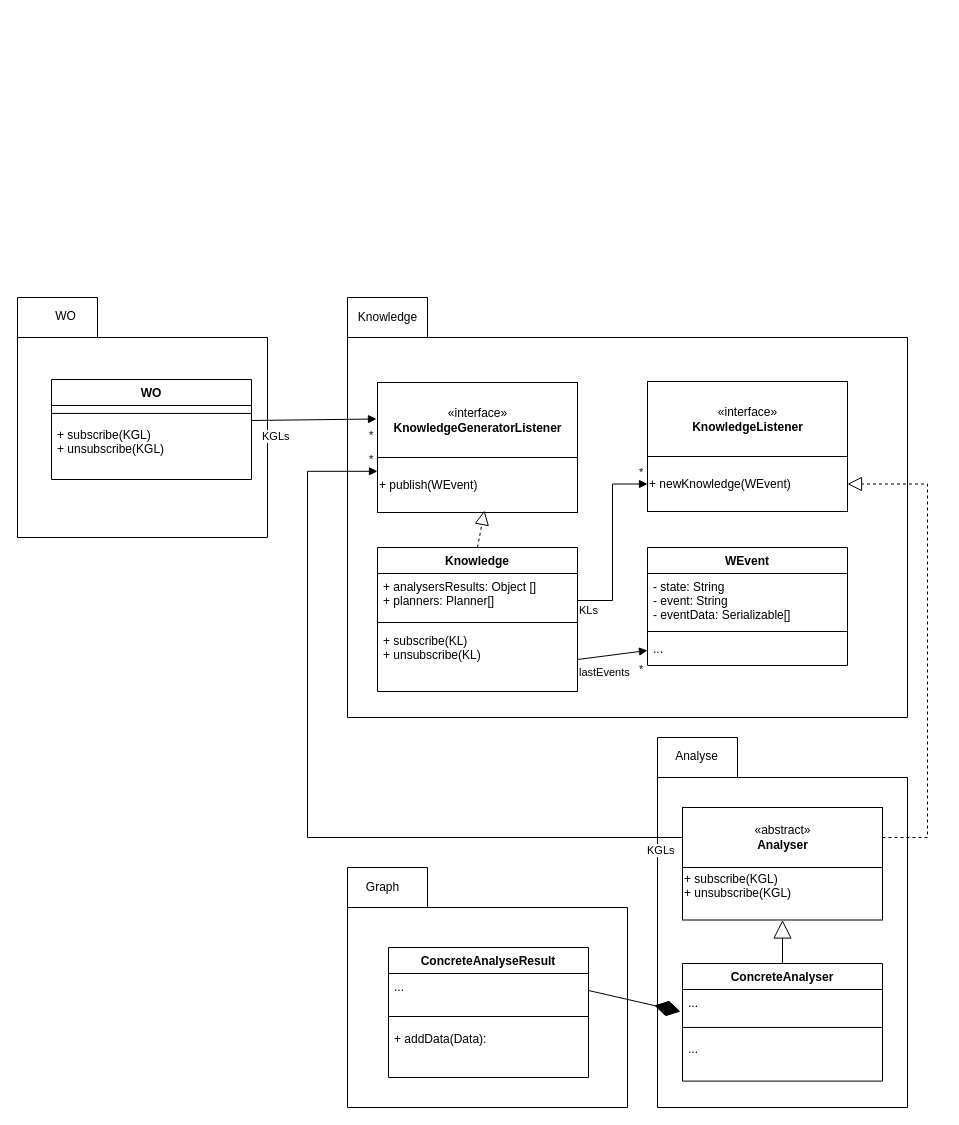
Earlier version of the draw.io diagram fig/drawio/static_model_MAK.drawio (Sylv-Lej/thesis-separation-concerns). Source tidied: cells renumbered, new cells numbered last; positions are measured from the earlier drawing's top-left corner, leaving out a move shared by most shapes. Both pictures are drawn from the tidied source at 100%, with x=0, y=0 at pixel (17, 297).
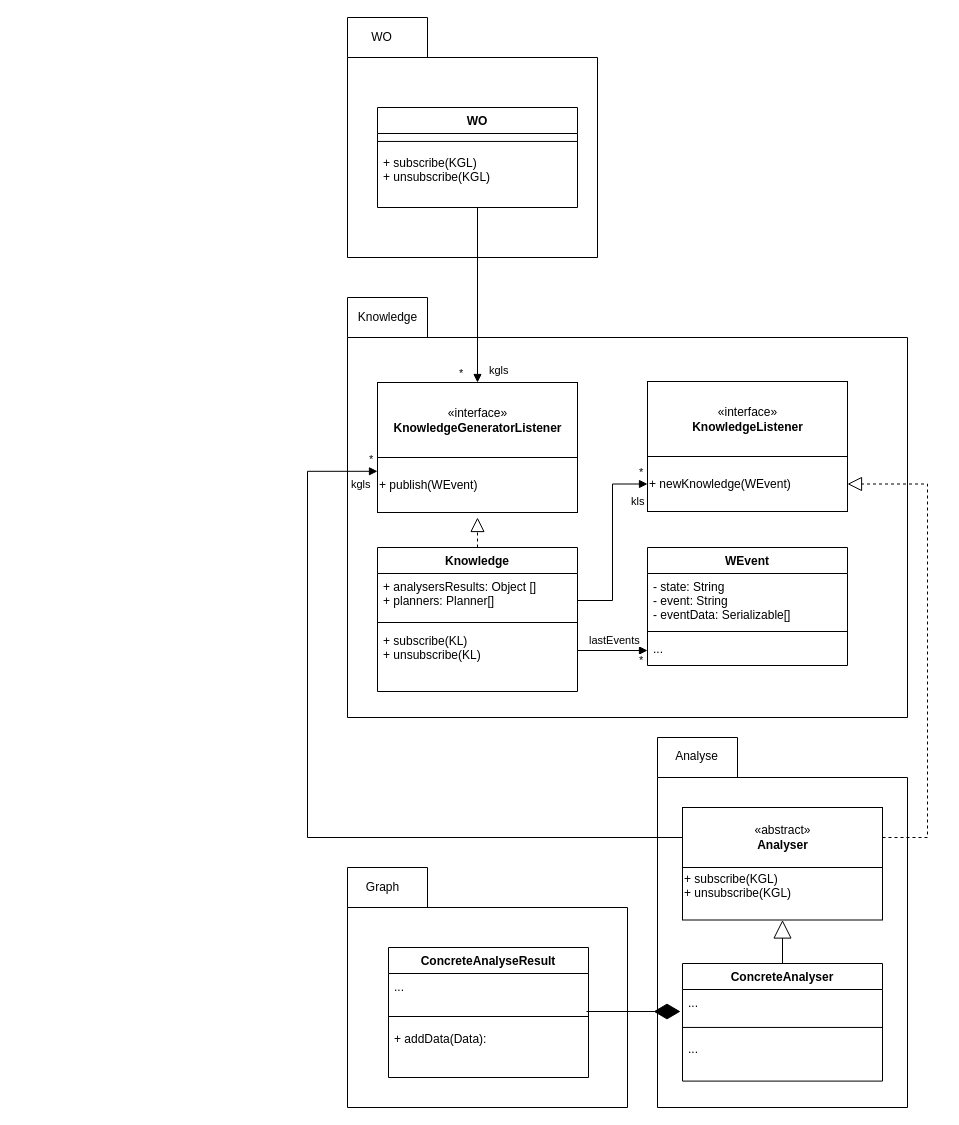
After the change.

The change refers to these unchanged cells:
```xml
<mxCell id="7" value="..." style="text;strokeColor=none;fillColor=none;align=left;verticalAlign=top;spacingLeft=4;spacingRight=4;overflow=hidden;points=[[0,0.5],[1,0.5]];portConstraint=eastwest;" parent="6" vertex="1">
  <mxGeometry y="26" width="200" height="34" as="geometry" />
</mxCell>
<mxCell id="14" value="Knowledge" style="swimlane;fontStyle=1;align=center;verticalAlign=top;horizontal=1;startSize=26;" parent="1" vertex="1">
  <mxGeometry x="360" y="250" width="200" height="144" as="geometry" />
</mxCell>
<mxCell id="15" value="+ analysersResults: Object []&#10;+ planners: Planner[]" style="text;strokeColor=none;fillColor=none;align=left;verticalAlign=top;spacingLeft=4;spacingRight=4;overflow=hidden;points=[[0,0.5],[1,0.5]];portConstraint=eastwest;" parent="14" vertex="1">
  <mxGeometry y="26" width="200" height="54" as="geometry" />
</mxCell>
<mxCell id="16" value="+ subscribe(KL)&#10;+ unsubscribe(KL)&#10;" style="text;strokeColor=none;fillColor=none;align=left;verticalAlign=top;spacingLeft=4;spacingRight=4;overflow=hidden;points=[[0,0.5],[1,0.5]];portConstraint=eastwest;" parent="14" vertex="1">
  <mxGeometry y="80" width="200" height="64" as="geometry" />
</mxCell>
<mxCell id="18" value="«interface»&lt;br&gt;&lt;span style=&quot;font-weight: 700&quot;&gt;KnowledgeGeneratorListener&lt;/span&gt;" style="html=1;" parent="17" vertex="1">
  <mxGeometry width="200" height="75" as="geometry" />
</mxCell>
<mxCell id="19" value="+ publish(WEvent)" style="html=1;align=left;" parent="17" vertex="1">
  <mxGeometry y="75" width="200" height="55" as="geometry" />
</mxCell>
<mxCell id="23" value="..." style="text;strokeColor=none;fillColor=none;align=left;verticalAlign=top;spacingLeft=4;spacingRight=4;overflow=hidden;points=[[0,0.5],[1,0.5]];portConstraint=eastwest;" parent="20" vertex="1">
  <mxGeometry y="88" width="200" height="30" as="geometry" />
</mxCell>
<mxCell id="26" value="+ newKnowledge(WEvent)" style="html=1;align=left;" parent="24" vertex="1">
  <mxGeometry y="75" width="200" height="55" as="geometry" />
</mxCell>
<mxCell id="34" value="..." style="text;strokeColor=none;fillColor=none;align=left;verticalAlign=top;spacingLeft=4;spacingRight=4;overflow=hidden;points=[[0,0.5],[1,0.5]];portConstraint=eastwest;" parent="33" vertex="1">
  <mxGeometry y="26" width="200" height="30" as="geometry" />
</mxCell>
```

The edit, as a diff of the source:
```diff
@@
     <mxCell id="38" style="shape=folder;fontStyle=1;spacingTop=10;tabWidth=80;tabHeight=40;tabPosition=left;html=1;" parent="1" vertex="1">
-      <mxGeometry width="250" height="240" as="geometry" />
+      <mxGeometry x="330" y="-280" width="250" height="240" as="geometry" />
     </mxCell>
     <mxCell id="39" value="WO" style="text;html=1;align=center;verticalAlign=middle;strokeColor=none;" parent="1" vertex="1">
-      <mxGeometry x="27.9" y="8.8" width="40" height="20" as="geometry" />
+      <mxGeometry x="344" y="-270" width="40" height="20" as="geometry" />
     </mxCell>
     <mxCell id="40" value="WO" style="swimlane;fontStyle=1;align=center;verticalAlign=top;horizontal=1;startSize=26;" parent="1" vertex="1">
-      <mxGeometry x="34" y="82" width="200" height="100" as="geometry" />
+      <mxGeometry x="360" y="-190" width="200" height="100" as="geometry" />
     </mxCell>
@@
-    <mxCell id="43" value="KGLs" style="endArrow=block;endFill=1;html=1;align=left;verticalAlign=top;rounded=0;entryX=0;entryY=0.5;entryDx=0;entryDy=0;exitX=1;exitY=0.5;exitDx=0;exitDy=0;" parent="1" edge="1">
-      <mxGeometry x="-0.85" y="-2" relative="1" as="geometry">
-        <mxPoint x="234" y="123" as="sourcePoint" />
-        <mxPoint x="359" y="121.5" as="targetPoint" />
-        <mxPoint y="1" as="offset" />
+    <mxCell id="43" value="kgls" style="endArrow=block;endFill=1;html=1;align=left;verticalAlign=top;rounded=0;entryX=0.5;entryY=0;entryDx=0;entryDy=0;" parent="1" edge="1" target="18">
+      <mxGeometry x="0.71" y="10" relative="1" as="geometry">
+        <mxPoint x="460" y="-90" as="sourcePoint" />
       </mxGeometry>
     </mxCell>
     <mxCell id="44" value="*" style="edgeLabel;html=1;align=left;verticalAlign=bottom;" parent="43" vertex="1">
       <mxGeometry x="-1" relative="1" as="geometry">
-        <mxPoint x="116" y="23" as="offset" />
+        <mxPoint x="-20" y="174" as="offset" />
       </mxGeometry>
     </mxCell>
-    <mxCell id="45" value="KGLs" style="endArrow=block;endFill=1;html=1;edgeStyle=orthogonalEdgeStyle;align=left;verticalAlign=top;rounded=0;exitX=0;exitY=0.5;exitDx=0;exitDy=0;entryX=0;entryY=0.25;entryDx=0;entryDy=0;" parent="1" edge="1">
-      <mxGeometry x="-0.91" relative="1" as="geometry">
+    <mxCell id="45" value="kgls" style="endArrow=block;endFill=1;html=1;edgeStyle=orthogonalEdgeStyle;align=left;verticalAlign=top;rounded=0;exitX=0;exitY=0.5;exitDx=0;exitDy=0;entryX=0;entryY=0.25;entryDx=0;entryDy=0;" parent="1" edge="1">
+      <mxGeometry x="0.93" relative="1" as="geometry">
         <mxPoint x="665" y="540" as="sourcePoint" />
         <mxPoint x="360" y="173.8" as="targetPoint" />
         <Array as="points">
           <mxPoint x="290" y="540" />
           <mxPoint x="290" y="174" />
         </Array>
       </mxGeometry>
     </mxCell>
@@
-    <mxCell id="48" style="endArrow=block;dashed=1;endFill=0;endSize=12;html=1;rounded=0;entryX=0.535;entryY=0.964;entryDx=0;entryDy=0;entryPerimeter=0;exitX=0.5;exitY=0;exitDx=0;exitDy=0;" parent="1" edge="1" source="14" target="19">
-      <mxGeometry relative="1" as="geometry" />
+    <mxCell id="48" style="endArrow=block;dashed=1;endFill=0;endSize=12;html=1;rounded=0;exitX=0.5;exitY=0;exitDx=0;exitDy=0;" parent="1" edge="1" source="14">
+      <mxGeometry relative="1" as="geometry">
+        <mxPoint x="460" y="220" as="targetPoint" />
+      </mxGeometry>
     </mxCell>
-    <mxCell id="49" value="KLs" style="endArrow=block;endFill=1;html=1;edgeStyle=orthogonalEdgeStyle;align=left;verticalAlign=top;rounded=0;exitX=1;exitY=0.5;exitDx=0;exitDy=0;entryX=0;entryY=0.5;entryDx=0;entryDy=0;" parent="1" edge="1" source="15" target="26">
-      <mxGeometry x="-1" y="3" relative="1" as="geometry" />
+    <mxCell id="49" value="kls" style="endArrow=block;endFill=1;html=1;edgeStyle=orthogonalEdgeStyle;align=left;verticalAlign=top;rounded=0;exitX=1;exitY=0.5;exitDx=0;exitDy=0;entryX=0;entryY=0.5;entryDx=0;entryDy=0;" parent="1" edge="1" source="15" target="26">
+      <mxGeometry x="0.79" y="-3" relative="1" as="geometry">
+        <Array as="points">
+          <mxPoint x="595" y="303" />
+          <mxPoint x="595" y="187" />
+        </Array>
+        <mxPoint x="1" y="1" as="offset" />
+      </mxGeometry>
     </mxCell>
@@
-    <mxCell id="51" value="lastEvents" style="endArrow=block;endFill=1;html=1;align=left;verticalAlign=top;rounded=0;exitX=1;exitY=0.5;exitDx=0;exitDy=0;entryX=0;entryY=0.5;entryDx=0;entryDy=0;" parent="1" edge="1" source="16" target="23">
-      <mxGeometry x="-1" relative="1" as="geometry" />
+    <mxCell id="51" value="lastEvents" style="endArrow=block;endFill=1;html=1;align=left;verticalAlign=top;rounded=0;entryX=0;entryY=0.5;entryDx=0;entryDy=0;" parent="1" edge="1">
+      <mxGeometry x="-0.71" y="23" relative="1" as="geometry">
+        <mxPoint x="560" y="353" as="sourcePoint" />
+        <mxPoint x="630" y="353" as="targetPoint" />
+      </mxGeometry>
     </mxCell>
@@
-    <mxCell id="53" style="endArrow=diamondThin;endFill=1;endSize=24;html=1;rounded=0;entryX=-0.01;entryY=0.734;entryDx=0;entryDy=0;entryPerimeter=0;exitX=1;exitY=0.5;exitDx=0;exitDy=0;" parent="1" edge="1" source="7" target="34">
+    <mxCell id="53" style="endArrow=diamondThin;endFill=1;endSize=24;html=1;rounded=0;entryX=-0.01;entryY=0.734;entryDx=0;entryDy=0;entryPerimeter=0;exitX=0.99;exitY=1.118;exitDx=0;exitDy=0;exitPerimeter=0;" parent="1" edge="1" source="7" target="34">
       <mxGeometry relative="1" as="geometry" />
     </mxCell>
```
